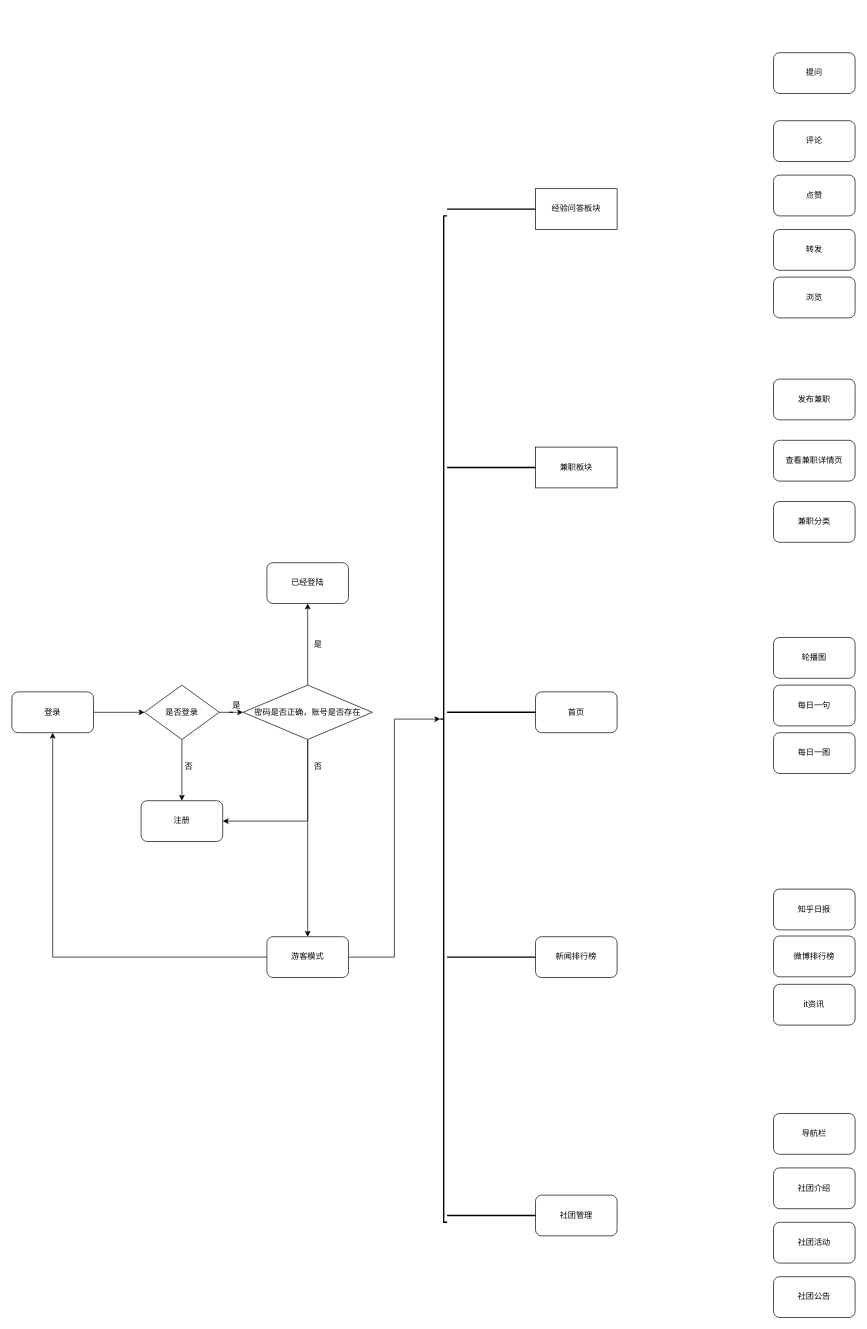
This is 未命名绘图.drawio from alu-heng/ss-fly, a draw.io file, before an edit. Source tidied: cells renumbered, new cells numbered last; positions are measured from the earlier drawing's top-left corner, leaving out a move shared by most shapes. Both pictures are drawn from the tidied source at 68%, with x=0, y=0 at pixel (12, 52).
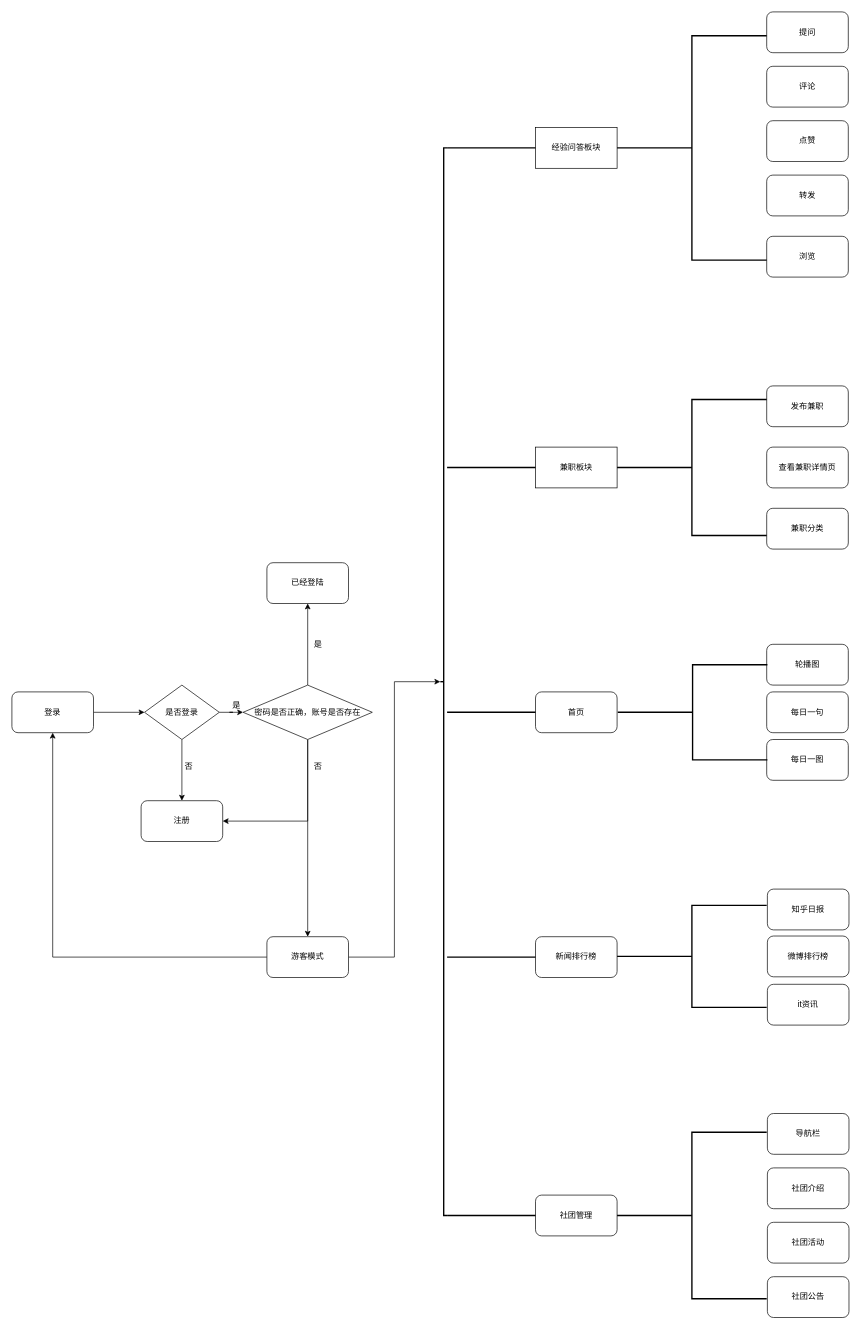
The same diagram, later.

What changed in the source:
```diff
@@
     <mxCell id="6" value="经验问答板块" style="rounded=0;whiteSpace=wrap;html=1;" parent="1" vertex="1">
-      <mxGeometry x="770" y="200" width="120" height="60" as="geometry" />
+      <mxGeometry x="770" y="110" width="120" height="60" as="geometry" />
     </mxCell>
@@
     <mxCell id="11" value="提问" style="rounded=1;whiteSpace=wrap;html=1;" parent="1" vertex="1">
-      <mxGeometry x="1120" width="120" height="60" as="geometry" />
+      <mxGeometry x="1110" y="-60" width="120" height="60" as="geometry" />
     </mxCell>
     <mxCell id="12" value="评论" style="rounded=1;whiteSpace=wrap;html=1;" parent="1" vertex="1">
-      <mxGeometry x="1120" y="100" width="120" height="60" as="geometry" />
+      <mxGeometry x="1110" y="20" width="120" height="60" as="geometry" />
     </mxCell>
     <mxCell id="13" value="点赞" style="rounded=1;whiteSpace=wrap;html=1;" parent="1" vertex="1">
-      <mxGeometry x="1120" y="180" width="120" height="60" as="geometry" />
+      <mxGeometry x="1110" y="100" width="120" height="60" as="geometry" />
     </mxCell>
     <mxCell id="14" value="转发" style="rounded=1;whiteSpace=wrap;html=1;" parent="1" vertex="1">
-      <mxGeometry x="1120" y="260" width="120" height="60" as="geometry" />
+      <mxGeometry x="1110" y="180" width="120" height="60" as="geometry" />
     </mxCell>
     <mxCell id="15" value="发布兼职" style="rounded=1;whiteSpace=wrap;html=1;" parent="1" vertex="1">
-      <mxGeometry x="1120" y="480" width="120" height="60" as="geometry" />
+      <mxGeometry x="1110" y="490" width="120" height="60" as="geometry" />
     </mxCell>
     <mxCell id="16" value="查看兼职详情页" style="rounded=1;whiteSpace=wrap;html=1;" parent="1" vertex="1">
-      <mxGeometry x="1120" y="570" width="120" height="60" as="geometry" />
+      <mxGeometry x="1110" y="580" width="120" height="60" as="geometry" />
     </mxCell>
     <mxCell id="17" value="兼职分类" style="rounded=1;whiteSpace=wrap;html=1;" parent="1" vertex="1">
-      <mxGeometry x="1120" y="660" width="120" height="60" as="geometry" />
+      <mxGeometry x="1110" y="670" width="120" height="60" as="geometry" />
     </mxCell>
     <mxCell id="18" value="轮播图" style="rounded=1;whiteSpace=wrap;html=1;" parent="1" vertex="1">
-      <mxGeometry x="1120" y="860" width="120" height="60" as="geometry" />
+      <mxGeometry x="1110" y="870" width="120" height="60" as="geometry" />
     </mxCell>
     <mxCell id="19" value="每日一句" style="rounded=1;whiteSpace=wrap;html=1;" parent="1" vertex="1">
-      <mxGeometry x="1120" y="930" width="120" height="60" as="geometry" />
+      <mxGeometry x="1110" y="940" width="120" height="60" as="geometry" />
     </mxCell>
     <mxCell id="20" value="每日一图" style="rounded=1;whiteSpace=wrap;html=1;" parent="1" vertex="1">
-      <mxGeometry x="1120" y="1000" width="120" height="60" as="geometry" />
+      <mxGeometry x="1110" y="1010" width="120" height="60" as="geometry" />
     </mxCell>
     <mxCell id="21" value="it资讯" style="rounded=1;whiteSpace=wrap;html=1;" parent="1" vertex="1">
-      <mxGeometry x="1120" y="1370" width="120" height="60" as="geometry" />
+      <mxGeometry x="1111" y="1370" width="120" height="60" as="geometry" />
     </mxCell>
     <mxCell id="22" value="知乎日报" style="rounded=1;whiteSpace=wrap;html=1;" parent="1" vertex="1">
-      <mxGeometry x="1120" y="1230" width="120" height="60" as="geometry" />
+      <mxGeometry x="1111" y="1230" width="120" height="60" as="geometry" />
     </mxCell>
     <mxCell id="23" value="微博排行榜" style="rounded=1;whiteSpace=wrap;html=1;" parent="1" vertex="1">
-      <mxGeometry x="1120" y="1299" width="120" height="60" as="geometry" />
+      <mxGeometry x="1111" y="1299" width="120" height="60" as="geometry" />
     </mxCell>
@@
     <mxCell id="26" value="社团介绍" style="rounded=1;whiteSpace=wrap;html=1;" parent="1" vertex="1">
-      <mxGeometry x="1120" y="1640" width="120" height="60" as="geometry" />
+      <mxGeometry x="1111" y="1640" width="120" height="60" as="geometry" />
     </mxCell>
     <mxCell id="27" value="社团活动" style="rounded=1;whiteSpace=wrap;html=1;" parent="1" vertex="1">
-      <mxGeometry x="1120" y="1720" width="120" height="60" as="geometry" />
+      <mxGeometry x="1111" y="1720" width="120" height="60" as="geometry" />
     </mxCell>
     <mxCell id="28" value="导航栏" style="rounded=1;whiteSpace=wrap;html=1;" parent="1" vertex="1">
-      <mxGeometry x="1120" y="1560" width="120" height="60" as="geometry" />
+      <mxGeometry x="1111" y="1560" width="120" height="60" as="geometry" />
     </mxCell>
     <mxCell id="29" value="社团公告" style="rounded=1;whiteSpace=wrap;html=1;" parent="1" vertex="1">
-      <mxGeometry x="1120" y="1800" width="120" height="60" as="geometry" />
+      <mxGeometry x="1111" y="1800" width="120" height="60" as="geometry" />
     </mxCell>
@@
     <mxCell id="40" style="line;strokeWidth=2;html=1;" parent="1" vertex="1">
-      <mxGeometry x="640" y="225" width="130" height="10" as="geometry" />
+      <mxGeometry x="640" y="135" width="130" height="10" as="geometry" />
     </mxCell>
@@
     <mxCell id="47" value="浏览" style="rounded=1;whiteSpace=wrap;html=1;" parent="1" vertex="1">
-      <mxGeometry x="1120" y="330" width="120" height="60" as="geometry" />
+      <mxGeometry x="1110" y="270" width="120" height="60" as="geometry" />
     </mxCell>
     <mxCell id="48" style="strokeWidth=2;html=1;shape=mxgraph.flowchart.annotation_2;align=left;labelPosition=right;" parent="1" vertex="1">
-      <mxGeometry x="630" y="240" width="10" height="1480" as="geometry" />
+      <mxGeometry x="630" y="140" width="10" height="1570" as="geometry" />
     </mxCell>
+    <mxCell id="49" style="strokeWidth=2;html=1;shape=mxgraph.flowchart.annotation_2;align=left;labelPosition=right;" parent="1" vertex="1">
+      <mxGeometry x="890" y="-25" width="220" height="330" as="geometry" />
+    </mxCell>
+    <mxCell id="50" style="strokeWidth=2;html=1;shape=mxgraph.flowchart.annotation_2;align=left;labelPosition=right;" parent="1" vertex="1">
+      <mxGeometry x="890" y="510" width="220" height="200" as="geometry" />
+    </mxCell>
+    <mxCell id="51" style="strokeWidth=2;html=1;shape=mxgraph.flowchart.annotation_2;align=left;labelPosition=right;" parent="1" vertex="1">
+      <mxGeometry x="891" y="900" width="220" height="140" as="geometry" />
+    </mxCell>
+    <mxCell id="52" style="strokeWidth=2;html=1;shape=mxgraph.flowchart.annotation_2;align=left;labelPosition=right;" parent="1" vertex="1">
+      <mxGeometry x="890" y="1254" width="220" height="150" as="geometry" />
+    </mxCell>
+    <mxCell id="53" style="strokeWidth=2;html=1;shape=mxgraph.flowchart.annotation_2;align=left;labelPosition=right;" parent="1" vertex="1">
+      <mxGeometry x="890" y="1587.5" width="220" height="245" as="geometry" />
+    </mxCell>
```
